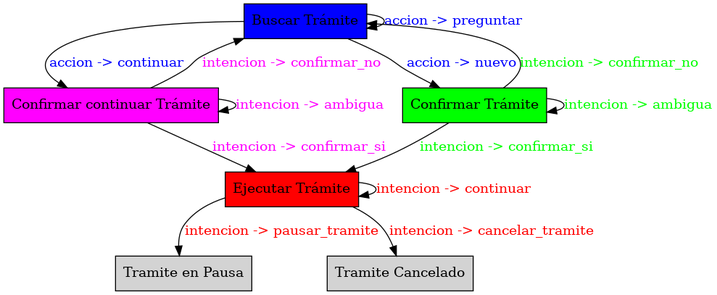
Above: fasesllm.png in vaucheret/cheetha (Graphviz), before the change. Its source is kept beside it as fasesllm.dot.
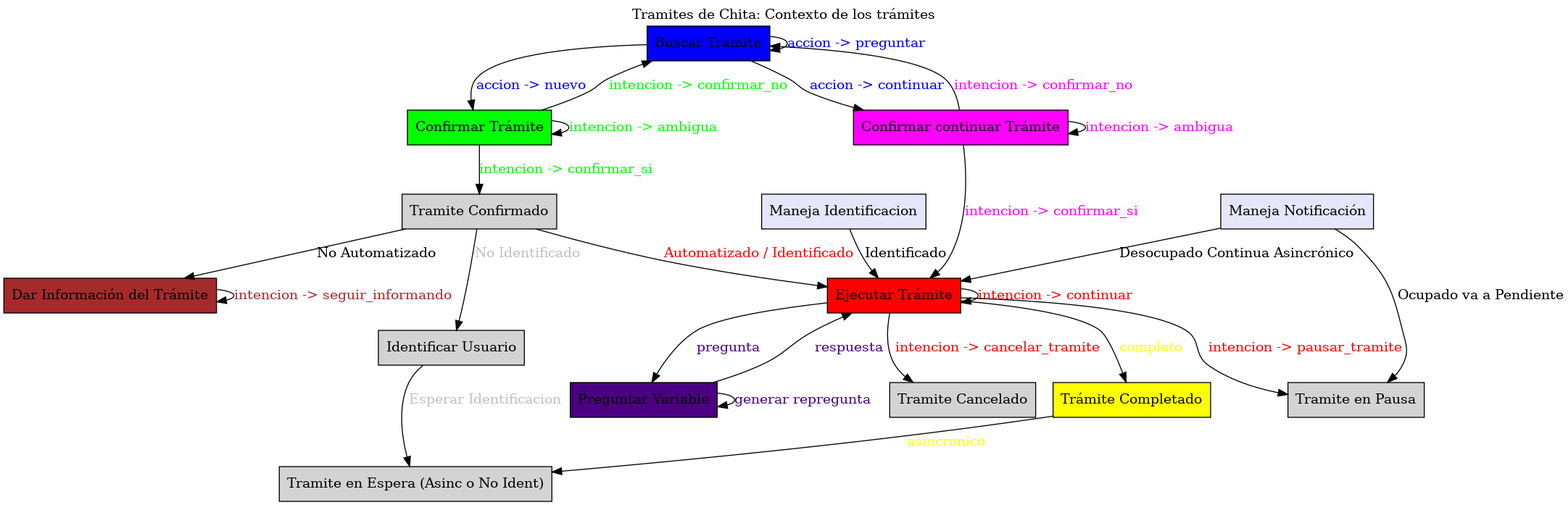
After the commit.

What changed in the source:
```diff
@@ -1,19 +1,38 @@
 digraph chat_assistant {
     rankdir=TB;
+    labelloc="t";
+    label="Tramites de Chita: Contexto de los trámites";
+
     node [shape=box, style=filled];
 
     buscar_tramite [label="Buscar Trámite" shape=box fillcolor=blue];
     confirmar_continuar_tramite [label="Confirmar continuar Trámite" shape=box fillcolor=magenta];
     confirmar_tramite [label="Confirmar Trámite" shape=box fillcolor=green];
     ejecutar_tramite [label="Ejecutar Trámite" shape=box fillcolor=red];
+    informar_tramite [label="Dar Información del Trámite" shape=box fillcolor=brown];
+    tramite_completado [label="Trámite Completado" shape=box fillcolor=yellow ];
+    preguntar_variable [label="Preguntar Variable" shape=box fillcolor=indigo];
+    tramite_confirmado [label="Tramite Confirmado" shape=box];
+    identificar_usuario [label="Identificar Usuario" shape=box];
     en_pausa [label="Tramite en Pausa" shape=box ];
+    en_espera [label="Tramite en Espera (Asinc o No Ident)" ];
     cancelado [label="Tramite Cancelado" shape=box ];
+    handler_notificacion [label="Maneja Notificación" shape=box fillcolor=lavender];
+    handler_identificacion [label="Maneja Identificacion" shape=box fillcolor=lavender];
 
     buscar_tramite -> confirmar_continuar_tramite [label="accion -> continuar" fontcolor=blue];
     buscar_tramite -> confirmar_tramite [label="accion -> nuevo" fontcolor=blue];
     buscar_tramite -> buscar_tramite [label="accion -> preguntar" fontcolor=blue];
 
-    confirmar_tramite -> ejecutar_tramite [label="intencion -> confirmar_si" fontcolor=green];
+    confirmar_tramite -> tramite_confirmado [label="intencion -> confirmar_si" fontcolor=green];
+
+    tramite_confirmado -> ejecutar_tramite [label="Automatizado / Identificado" fontcolor=red];
+    tramite_confirmado -> identificar_usuario [label="No Identificado" fontcolor=gray ];
+    tramite_confirmado -> informar_tramite [label="No Automatizado" fontcolor=black ];
+
+    identificar_usuario -> en_espera [label="Esperar Identificacion" fontcolor=gray ];
+    informar_tramite -> informar_tramite [label="intencion -> seguir_informando" fontcolor=brown ];
+
     confirmar_tramite -> buscar_tramite [label="intencion -> confirmar_no" fontcolor=green];
     confirmar_tramite -> confirmar_tramite [label="intencion -> ambigua" fontcolor=green];
 
@@ -24,4 +43,16 @@
     ejecutar_tramite -> en_pausa [label="intencion -> pausar_tramite" fontcolor=red];
     ejecutar_tramite -> cancelado [label="intencion -> cancelar_tramite" fontcolor=red];
     ejecutar_tramite -> ejecutar_tramite [label="intencion -> continuar" fontcolor=red];
+    ejecutar_tramite -> tramite_completado [label="completo" fontcolor=yellow];
+    ejecutar_tramite -> preguntar_variable [label="pregunta" fontcolor=indigo ];
+    preguntar_variable -> preguntar_variable [label="generar repregunta" fontcolor=indigo];
+    preguntar_variable -> ejecutar_tramite [label="respuesta" fontcolor=indigo];
+
+    tramite_completado -> en_espera [label="asincronico" fontcolor=yellow] ;
+
+    handler_identificacion -> ejecutar_tramite [label="Identificado" fontcolor=black] ;
+    handler_notificacion -> ejecutar_tramite [label="Desocupado Continua Asincrónico" fontcolor=black];
+        handler_notificacion -> en_pausa [label="Ocupado va a Pendiente" fontcolor=black];
+
+
 }
```
